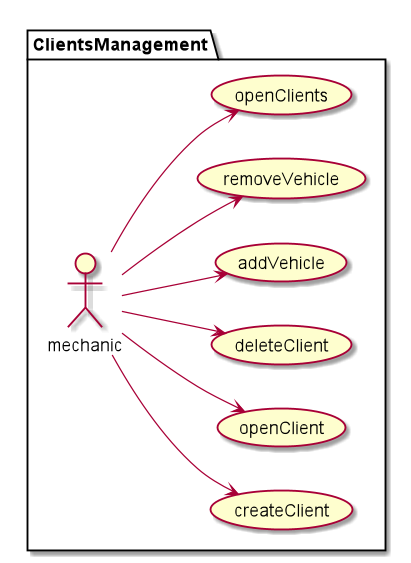
Earlier version of the PlantUML export documentation/1requiremets/usecases/png/clientUsecases.png (Ruskab/agrimManager). Its diagram source:
```plantuml
@startuml

left to right direction

package ClientsManagement {
:mechanic: --> (createClient)
:mechanic: --> (openClient)
:mechanic: --> (deleteClient)
:mechanic: --> (addVehicle)
:mechanic: --> (removeVehicle)
:mechanic: --> (openClients)
}

@enduml
```
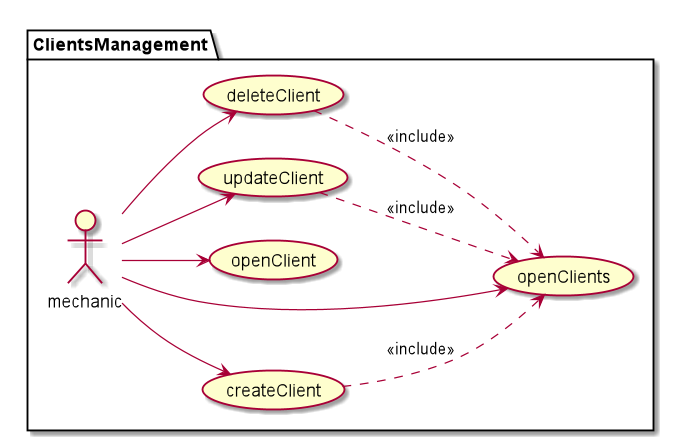
The same file after the commit.

Change to the diagram source:
```diff
@@ -4,10 +4,12 @@
 
 package ClientsManagement {
 :mechanic: --> (createClient)
+(createClient) ..> (openClients) : <<include>>
 :mechanic: --> (openClient)
+:mechanic: --> (updateClient)
+(updateClient) ..> (openClients) : <<include>>
 :mechanic: --> (deleteClient)
-:mechanic: --> (addVehicle)
-:mechanic: --> (removeVehicle)
+(deleteClient) ..> (openClients) : <<include>>
 :mechanic: --> (openClients)
 }
 
```
